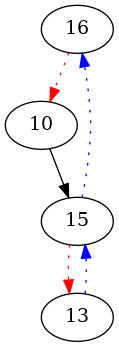
This is tree.png from AdwaithRK/IITG-DSA_LAB, a Graphviz export, as it was before one commit. Its source is kept beside it as tree.dot.
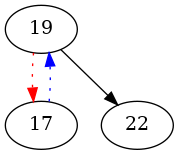
Later version of the same file.

The edit, as a diff of the source:
```diff
@@ -1,7 +1,5 @@
 digraph g{
-16 -> 10 [color = red, style=dotted];
-10 -> 15 ;
-15 -> 13 [color = red, style=dotted];
-13 -> 15 [color = blue, style=dotted];
-15 -> 16 [color = blue, style=dotted];
+19 -> 17 [color = red, style=dotted];
+17 -> 19 [color = blue, style=dotted];
+19 -> 22 ;
 }
```
